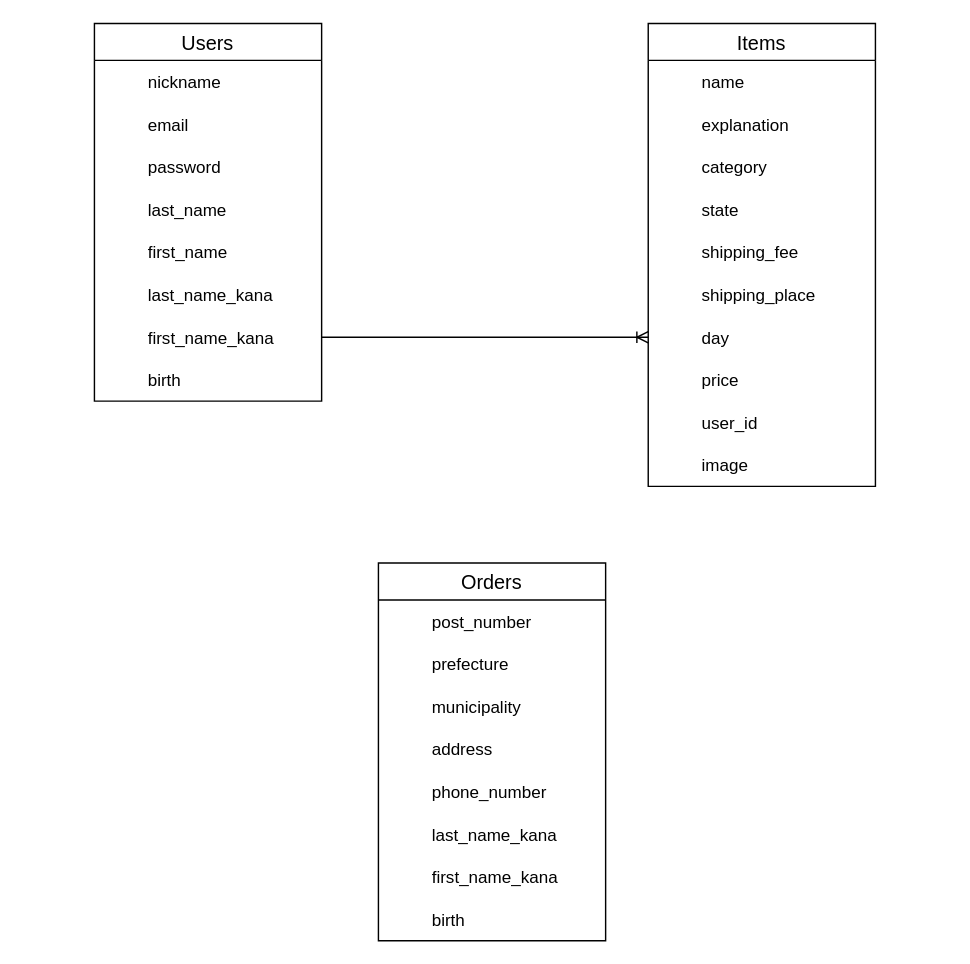
Landy1000/furima-31941 keeps this draw.io diagram as furima.dio. Above is the earlier version. Source tidied: cells renumbered, new cells numbered last; positions are measured from the earlier drawing's top-left corner, leaving out a move shared by most shapes. Both pictures are drawn from the tidied source at 142%, with x=0, y=0 at pixel (94, 23).
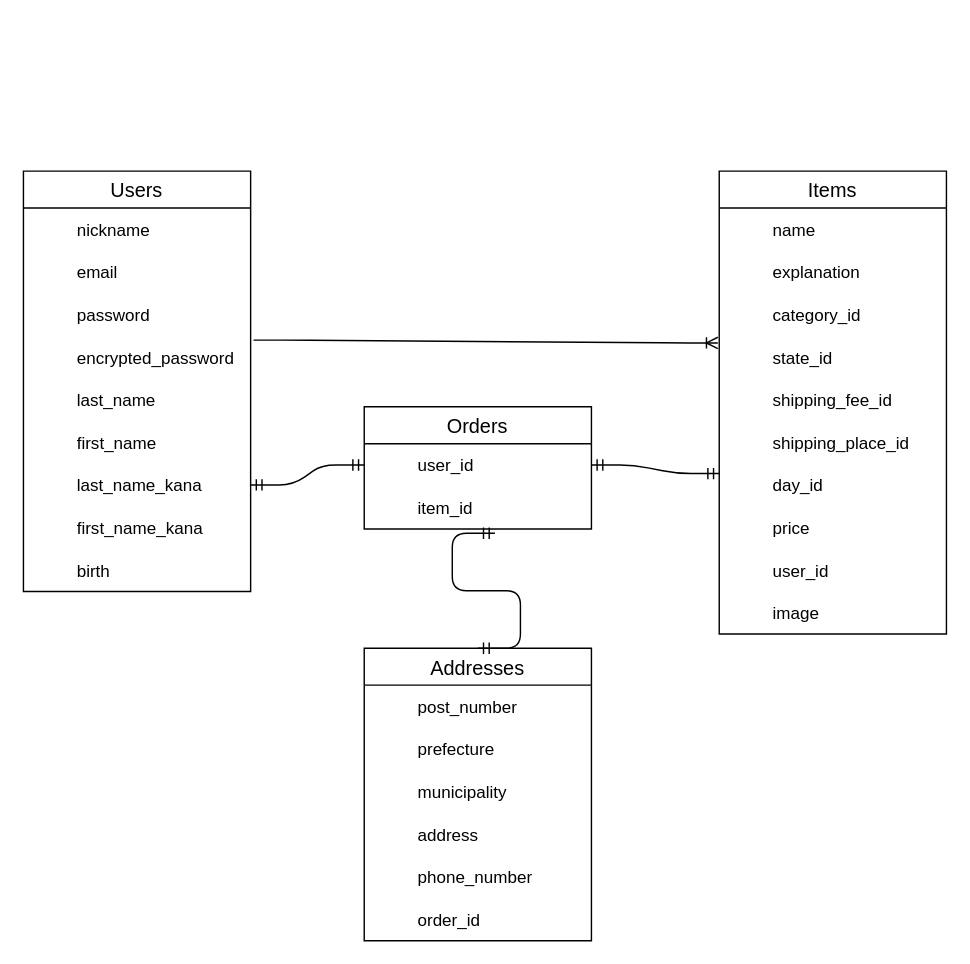
The same diagram, later.

Commit message (it also covers changes not shown here):
データベース設計　修正

Unchanged cells that the change refers to:
```xml
<mxCell id="24" style="shape=partialRectangle;fillColor=none;top=0;left=0;bottom=0;right=0;points=[[0,0.5],[1,0.5]];portConstraint=eastwest;" parent="23" vertex="1">
  <mxGeometry width="160" height="30" as="geometry" />
</mxCell>
<mxCell id="28" style="shape=partialRectangle;fillColor=none;top=0;left=0;bottom=0;right=0;points=[[0,0.5],[1,0.5]];portConstraint=eastwest;" parent="27" vertex="1">
  <mxGeometry width="160" height="30" as="geometry" />
</mxCell>
<mxCell id="44" style="shape=partialRectangle;fillColor=none;top=0;left=0;bottom=0;right=0;" parent="43" vertex="1">
  <mxGeometry width="160" height="30" as="geometry" />
</mxCell>
<mxCell id="48" style="shape=partialRectangle;fillColor=none;top=0;left=0;bottom=0;right=0;" parent="47" vertex="1">
  <mxGeometry width="160" height="30" as="geometry" />
</mxCell>
<mxCell id="52" style="shape=partialRectangle;fillColor=none;top=0;left=0;bottom=0;right=0;" parent="51" vertex="1">
  <mxGeometry width="160" height="30" as="geometry" />
</mxCell>
<mxCell id="56" style="shape=partialRectangle;fillColor=none;top=0;left=0;bottom=0;right=0;" parent="55" vertex="1">
  <mxGeometry width="160" height="30" as="geometry" />
</mxCell>
<mxCell id="60" style="shape=partialRectangle;fillColor=none;top=0;left=0;bottom=0;right=0;points=[[0,0.5],[1,0.5]];portConstraint=eastwest;" parent="59" vertex="1">
  <mxGeometry width="160" height="30" as="geometry" />
</mxCell>
<mxCell id="97" style="shape=partialRectangle;fillColor=none;top=0;left=0;bottom=0;right=0;points=[[0,0.5],[1,0.5]];portConstraint=eastwest;" parent="96" vertex="1">
  <mxGeometry width="160" height="30" as="geometry" />
</mxCell>
<mxCell id="101" style="shape=partialRectangle;fillColor=none;top=0;left=0;bottom=0;right=0;" parent="100" vertex="1">
  <mxGeometry width="160" height="30" as="geometry" />
</mxCell>
```

Change to the diagram source:
```diff
@@
     <mxCell id="2" value="Users" style="swimlane;fontStyle=0;horizontal=1;startSize=26;align=center;fontSize=14;rounded=0;sketch=0;" parent="1" vertex="1">
-      <mxGeometry width="160" height="266" as="geometry" />
+      <mxGeometry x="-50" y="104" width="160" height="296" as="geometry" />
     </mxCell>
@@
     <mxCell id="11" style="shape=table;startSize=0;childLayout=tableLayout;rowLines=0;fontStyle=0;align=center;strokeColor=none;fillColor=none;rounded=0;sketch=0;" parent="2" vertex="1">
-      <mxGeometry y="86" width="160" height="30" as="geometry" />
+      <mxGeometry y="86" width="160" height="60" as="geometry" />
     </mxCell>
@@
+    <mxCell id="107" style="shape=partialRectangle;fillColor=none;top=0;left=0;bottom=0;right=0;points=[[0,0.5],[1,0.5]];portConstraint=eastwest;" parent="11" vertex="1">
+      <mxGeometry y="30" width="160" height="30" as="geometry" />
+    </mxCell>
+    <mxCell id="108" style="shape=partialRectangle;fillColor=none;top=0;left=0;bottom=0;right=0;overflow=hidden;" parent="107" vertex="1">
+      <mxGeometry width="30" height="30" as="geometry" />
+    </mxCell>
+    <mxCell id="109" value="encrypted_password" style="shape=partialRectangle;fillColor=none;top=0;left=0;bottom=0;right=0;align=left;spacingLeft=6;overflow=hidden;" parent="107" vertex="1">
+      <mxGeometry x="30" width="130" height="30" as="geometry" />
+    </mxCell>
     <mxCell id="15" style="shape=table;startSize=0;childLayout=tableLayout;rowLines=0;fontStyle=0;align=center;strokeColor=none;fillColor=none;rounded=0;sketch=0;" parent="2" vertex="1">
-      <mxGeometry y="116" width="160" height="30" as="geometry" />
+      <mxGeometry y="146" width="160" height="30" as="geometry" />
     </mxCell>
@@
     <mxCell id="19" style="shape=table;startSize=0;childLayout=tableLayout;rowLines=0;fontStyle=0;align=center;strokeColor=none;fillColor=none;rounded=0;sketch=0;" parent="2" vertex="1">
-      <mxGeometry y="146" width="160" height="30" as="geometry" />
+      <mxGeometry y="176" width="160" height="30" as="geometry" />
     </mxCell>
@@
     <mxCell id="23" style="shape=table;startSize=0;childLayout=tableLayout;rowLines=0;fontStyle=0;align=center;strokeColor=none;fillColor=none;rounded=0;sketch=0;" parent="2" vertex="1">
-      <mxGeometry y="176" width="160" height="30" as="geometry" />
+      <mxGeometry y="206" width="160" height="30" as="geometry" />
     </mxCell>
@@
     <mxCell id="27" style="shape=table;startSize=0;childLayout=tableLayout;rowLines=0;fontStyle=0;align=center;strokeColor=none;fillColor=none;rounded=0;sketch=0;" parent="2" vertex="1">
-      <mxGeometry y="206" width="160" height="60" as="geometry" />
+      <mxGeometry y="236" width="160" height="60" as="geometry" />
     </mxCell>
@@
     <mxCell id="34" value="Items" style="swimlane;fontStyle=0;horizontal=1;startSize=26;align=center;fontSize=14;rounded=0;sketch=0;" parent="1" vertex="1">
-      <mxGeometry x="390" width="160" height="326" as="geometry" />
+      <mxGeometry x="440" y="104" width="160" height="326" as="geometry" />
     </mxCell>
@@
-    <mxCell id="46" value="category" style="shape=partialRectangle;fillColor=none;top=0;left=0;bottom=0;right=0;align=left;spacingLeft=6;overflow=hidden;" parent="44" vertex="1">
+    <mxCell id="46" value="category_id" style="shape=partialRectangle;fillColor=none;top=0;left=0;bottom=0;right=0;align=left;spacingLeft=6;overflow=hidden;" parent="44" vertex="1">
       <mxGeometry x="30" width="130" height="30" as="geometry" />
     </mxCell>
@@
-    <mxCell id="50" value="state" style="shape=partialRectangle;fillColor=none;top=0;left=0;bottom=0;right=0;align=left;spacingLeft=6;overflow=hidden;" parent="48" vertex="1">
+    <mxCell id="50" value="state_id" style="shape=partialRectangle;fillColor=none;top=0;left=0;bottom=0;right=0;align=left;spacingLeft=6;overflow=hidden;" parent="48" vertex="1">
       <mxGeometry x="30" width="130" height="30" as="geometry" />
     </mxCell>
@@
-    <mxCell id="54" value="shipping_fee" style="shape=partialRectangle;fillColor=none;top=0;left=0;bottom=0;right=0;align=left;spacingLeft=6;overflow=hidden;" parent="52" vertex="1">
+    <mxCell id="54" value="shipping_fee_id" style="shape=partialRectangle;fillColor=none;top=0;left=0;bottom=0;right=0;align=left;spacingLeft=6;overflow=hidden;" parent="52" vertex="1">
       <mxGeometry x="30" width="130" height="30" as="geometry" />
     </mxCell>
@@
-    <mxCell id="58" value="shipping_place" style="shape=partialRectangle;fillColor=none;top=0;left=0;bottom=0;right=0;align=left;spacingLeft=6;overflow=hidden;" parent="56" vertex="1">
+    <mxCell id="58" value="shipping_place_id" style="shape=partialRectangle;fillColor=none;top=0;left=0;bottom=0;right=0;align=left;spacingLeft=6;overflow=hidden;" parent="56" vertex="1">
       <mxGeometry x="30" width="130" height="30" as="geometry" />
     </mxCell>
@@
-    <mxCell id="62" value="day" style="shape=partialRectangle;fillColor=none;top=0;left=0;bottom=0;right=0;align=left;spacingLeft=6;overflow=hidden;" parent="60" vertex="1">
+    <mxCell id="62" value="day_id" style="shape=partialRectangle;fillColor=none;top=0;left=0;bottom=0;right=0;align=left;spacingLeft=6;overflow=hidden;" parent="60" vertex="1">
       <mxGeometry x="30" width="130" height="30" as="geometry" />
     </mxCell>
@@
-    <mxCell id="74" style="edgeStyle=entityRelationEdgeStyle;fontSize=12;html=1;endArrow=ERoneToMany;exitX=1;exitY=0.5;exitDx=0;exitDy=0;entryX=0;entryY=0.5;entryDx=0;entryDy=0;" parent="1" edge="1" source="28" target="60">
-      <mxGeometry relative="1" as="geometry" />
+    <mxCell id="74" style="edgeStyle=entityRelationEdgeStyle;fontSize=12;html=1;endArrow=ERoneToMany;exitX=1.013;exitY=0.1;exitDx=0;exitDy=0;exitPerimeter=0;" parent="1" edge="1" source="107">
+      <mxGeometry relative="1" as="geometry">
+        <mxPoint x="439" y="225" as="targetPoint" />
+      </mxGeometry>
     </mxCell>
     <mxCell id="75" value="Orders" style="swimlane;fontStyle=0;horizontal=1;startSize=26;align=center;fontSize=14;rounded=0;sketch=0;" parent="1" vertex="1">
-      <mxGeometry x="200" y="380" width="160" height="266" as="geometry" />
+      <mxGeometry x="190" y="270" width="160" height="86" as="geometry" />
     </mxCell>
-    <mxCell id="76" style="shape=table;startSize=0;childLayout=tableLayout;rowLines=0;fontStyle=0;align=center;strokeColor=none;fillColor=none;rounded=0;sketch=0;" parent="75" vertex="1">
-      <mxGeometry y="26" width="160" height="30" as="geometry" />
-    </mxCell>
-    <mxCell id="77" style="shape=partialRectangle;fillColor=none;top=0;left=0;bottom=0;right=0;" parent="76" vertex="1">
-      <mxGeometry width="160" height="30" as="geometry" />
-    </mxCell>
-    <mxCell id="78" style="shape=partialRectangle;fillColor=none;top=0;left=0;bottom=0;right=0;overflow=hidden;" parent="77" vertex="1">
-      <mxGeometry width="30" height="30" as="geometry" />
-    </mxCell>
-    <mxCell id="79" value="post_number" style="shape=partialRectangle;fillColor=none;top=0;left=0;bottom=0;right=0;align=left;spacingLeft=6;overflow=hidden;" parent="77" vertex="1">
-      <mxGeometry x="30" width="130" height="30" as="geometry" />
-    </mxCell>
-    <mxCell id="80" style="shape=table;startSize=0;childLayout=tableLayout;rowLines=0;fontStyle=0;align=center;strokeColor=none;fillColor=none;rounded=0;sketch=0;" parent="75" vertex="1">
-      <mxGeometry y="56" width="160" height="30" as="geometry" />
-    </mxCell>
-    <mxCell id="81" style="shape=partialRectangle;fillColor=none;top=0;left=0;bottom=0;right=0;" parent="80" vertex="1">
-      <mxGeometry width="160" height="30" as="geometry" />
-    </mxCell>
-    <mxCell id="82" style="shape=partialRectangle;fillColor=none;top=0;left=0;bottom=0;right=0;overflow=hidden;" parent="81" vertex="1">
-      <mxGeometry width="30" height="30" as="geometry" />
-    </mxCell>
-    <mxCell id="83" value="prefecture" style="shape=partialRectangle;fillColor=none;top=0;left=0;bottom=0;right=0;align=left;spacingLeft=6;overflow=hidden;" parent="81" vertex="1">
-      <mxGeometry x="30" width="130" height="30" as="geometry" />
-    </mxCell>
-    <mxCell id="84" style="shape=table;startSize=0;childLayout=tableLayout;rowLines=0;fontStyle=0;align=center;strokeColor=none;fillColor=none;rounded=0;sketch=0;" parent="75" vertex="1">
-      <mxGeometry y="86" width="160" height="30" as="geometry" />
-    </mxCell>
-    <mxCell id="85" style="shape=partialRectangle;fillColor=none;top=0;left=0;bottom=0;right=0;" parent="84" vertex="1">
-      <mxGeometry width="160" height="30" as="geometry" />
-    </mxCell>
-    <mxCell id="86" style="shape=partialRectangle;fillColor=none;top=0;left=0;bottom=0;right=0;overflow=hidden;" parent="85" vertex="1">
-      <mxGeometry width="30" height="30" as="geometry" />
-    </mxCell>
-    <mxCell id="87" value="municipality" style="shape=partialRectangle;fillColor=none;top=0;left=0;bottom=0;right=0;align=left;spacingLeft=6;overflow=hidden;" parent="85" vertex="1">
-      <mxGeometry x="30" width="130" height="30" as="geometry" />
-    </mxCell>
-    <mxCell id="88" style="shape=table;startSize=0;childLayout=tableLayout;rowLines=0;fontStyle=0;align=center;strokeColor=none;fillColor=none;rounded=0;sketch=0;" parent="75" vertex="1">
-      <mxGeometry y="116" width="160" height="30" as="geometry" />
-    </mxCell>
-    <mxCell id="89" style="shape=partialRectangle;fillColor=none;top=0;left=0;bottom=0;right=0;" parent="88" vertex="1">
-      <mxGeometry width="160" height="30" as="geometry" />
-    </mxCell>
-    <mxCell id="90" style="shape=partialRectangle;fillColor=none;top=0;left=0;bottom=0;right=0;overflow=hidden;" parent="89" vertex="1">
-      <mxGeometry width="30" height="30" as="geometry" />
-    </mxCell>
-    <mxCell id="91" value="address" style="shape=partialRectangle;fillColor=none;top=0;left=0;bottom=0;right=0;align=left;spacingLeft=6;overflow=hidden;" parent="89" vertex="1">
-      <mxGeometry x="30" width="130" height="30" as="geometry" />
-    </mxCell>
-    <mxCell id="92" style="shape=table;startSize=0;childLayout=tableLayout;rowLines=0;fontStyle=0;align=center;strokeColor=none;fillColor=none;rounded=0;sketch=0;" parent="75" vertex="1">
-      <mxGeometry y="146" width="160" height="30" as="geometry" />
-    </mxCell>
-    <mxCell id="93" style="shape=partialRectangle;fillColor=none;top=0;left=0;bottom=0;right=0;" parent="92" vertex="1">
-      <mxGeometry width="160" height="30" as="geometry" />
-    </mxCell>
-    <mxCell id="94" style="shape=partialRectangle;fillColor=none;top=0;left=0;bottom=0;right=0;overflow=hidden;" parent="93" vertex="1">
-      <mxGeometry width="30" height="30" as="geometry" />
-    </mxCell>
-    <mxCell id="95" value="phone_number" style="shape=partialRectangle;fillColor=none;top=0;left=0;bottom=0;right=0;align=left;spacingLeft=6;overflow=hidden;" parent="93" vertex="1">
-      <mxGeometry x="30" width="130" height="30" as="geometry" />
-    </mxCell>
     <mxCell id="96" style="shape=table;startSize=0;childLayout=tableLayout;rowLines=0;fontStyle=0;align=center;strokeColor=none;fillColor=none;rounded=0;sketch=0;" parent="75" vertex="1">
-      <mxGeometry y="176" width="160" height="30" as="geometry" />
+      <mxGeometry y="26" width="160" height="30" as="geometry" />
     </mxCell>
@@
-    <mxCell id="99" value="last_name_kana" style="shape=partialRectangle;fillColor=none;top=0;left=0;bottom=0;right=0;align=left;spacingLeft=6;overflow=hidden;" parent="97" vertex="1">
+    <mxCell id="99" value="user_id" style="shape=partialRectangle;fillColor=none;top=0;left=0;bottom=0;right=0;align=left;spacingLeft=6;overflow=hidden;" parent="97" vertex="1">
       <mxGeometry x="30" width="130" height="30" as="geometry" />
     </mxCell>
     <mxCell id="100" style="shape=table;startSize=0;childLayout=tableLayout;rowLines=0;fontStyle=0;align=center;strokeColor=none;fillColor=none;rounded=0;sketch=0;" parent="75" vertex="1">
-      <mxGeometry y="206" width="160" height="60" as="geometry" />
+      <mxGeometry y="56" width="160" height="30" as="geometry" />
     </mxCell>
@@
-    <mxCell id="103" value="first_name_kana" style="shape=partialRectangle;fillColor=none;top=0;left=0;bottom=0;right=0;align=left;spacingLeft=6;overflow=hidden;" parent="101" vertex="1">
+    <mxCell id="103" value="item_id" style="shape=partialRectangle;fillColor=none;top=0;left=0;bottom=0;right=0;align=left;spacingLeft=6;overflow=hidden;" parent="101" vertex="1">
       <mxGeometry x="30" width="130" height="30" as="geometry" />
     </mxCell>
-    <mxCell id="104" style="shape=partialRectangle;fillColor=none;top=0;left=0;bottom=0;right=0;" parent="100" vertex="1">
-      <mxGeometry y="30" width="160" height="30" as="geometry" />
-    </mxCell>
-    <mxCell id="105" style="shape=partialRectangle;fillColor=none;top=0;left=0;bottom=0;right=0;overflow=hidden;" parent="104" vertex="1">
-      <mxGeometry width="30" height="30" as="geometry" />
-    </mxCell>
-    <mxCell id="106" value="birth" style="shape=partialRectangle;fillColor=none;top=0;left=0;bottom=0;right=0;align=left;spacingLeft=6;overflow=hidden;" parent="104" vertex="1">
-      <mxGeometry x="30" width="130" height="30" as="geometry" />
-    </mxCell>
+    <mxCell id="110" style="edgeStyle=entityRelationEdgeStyle;fontSize=12;html=1;endArrow=ERmandOne;startArrow=ERmandOne;exitX=1;exitY=0.5;exitDx=0;exitDy=0;entryX=0;entryY=0.5;entryDx=0;entryDy=0;" parent="1" edge="1" source="24" target="97">
+      <mxGeometry relative="1" as="geometry" />
+    </mxCell>
+    <mxCell id="111" style="edgeStyle=entityRelationEdgeStyle;fontSize=12;html=1;endArrow=ERmandOne;startArrow=ERmandOne;entryX=0;entryY=0.233;entryDx=0;entryDy=0;entryPerimeter=0;exitX=1;exitY=0.5;exitDx=0;exitDy=0;" parent="1" edge="1" source="97" target="60">
+      <mxGeometry relative="1" as="geometry" />
+    </mxCell>
+    <mxCell id="112" value="Addresses" style="swimlane;fontStyle=0;horizontal=1;startSize=26;align=center;fontSize=14;rounded=0;sketch=0;" parent="1" vertex="1">
+      <mxGeometry x="190" y="440" width="160" height="206" as="geometry" />
+    </mxCell>
+    <mxCell id="76" style="shape=table;startSize=0;childLayout=tableLayout;rowLines=0;fontStyle=0;align=center;strokeColor=none;fillColor=none;rounded=0;sketch=0;" parent="112" vertex="1">
+      <mxGeometry y="26" width="160" height="30" as="geometry" />
+    </mxCell>
+    <mxCell id="113" style="shape=partialRectangle;fillColor=none;top=0;left=0;bottom=0;right=0;" parent="76" vertex="1">
+      <mxGeometry width="160" height="30" as="geometry" />
+    </mxCell>
+    <mxCell id="114" style="shape=partialRectangle;fillColor=none;top=0;left=0;bottom=0;right=0;overflow=hidden;" parent="113" vertex="1">
+      <mxGeometry width="30" height="30" as="geometry" />
+    </mxCell>
+    <mxCell id="79" value="post_number" style="shape=partialRectangle;fillColor=none;top=0;left=0;bottom=0;right=0;align=left;spacingLeft=6;overflow=hidden;" parent="113" vertex="1">
+      <mxGeometry x="30" width="130" height="30" as="geometry" />
+    </mxCell>
+    <mxCell id="80" style="shape=table;startSize=0;childLayout=tableLayout;rowLines=0;fontStyle=0;align=center;strokeColor=none;fillColor=none;rounded=0;sketch=0;" parent="112" vertex="1">
+      <mxGeometry y="56" width="160" height="30" as="geometry" />
+    </mxCell>
+    <mxCell id="115" style="shape=partialRectangle;fillColor=none;top=0;left=0;bottom=0;right=0;" parent="80" vertex="1">
+      <mxGeometry width="160" height="30" as="geometry" />
+    </mxCell>
+    <mxCell id="116" style="shape=partialRectangle;fillColor=none;top=0;left=0;bottom=0;right=0;overflow=hidden;" parent="115" vertex="1">
+      <mxGeometry width="30" height="30" as="geometry" />
+    </mxCell>
+    <mxCell id="83" value="prefecture" style="shape=partialRectangle;fillColor=none;top=0;left=0;bottom=0;right=0;align=left;spacingLeft=6;overflow=hidden;" parent="115" vertex="1">
+      <mxGeometry x="30" width="130" height="30" as="geometry" />
+    </mxCell>
+    <mxCell id="84" style="shape=table;startSize=0;childLayout=tableLayout;rowLines=0;fontStyle=0;align=center;strokeColor=none;fillColor=none;rounded=0;sketch=0;" parent="112" vertex="1">
+      <mxGeometry y="86" width="160" height="30" as="geometry" />
+    </mxCell>
+    <mxCell id="117" style="shape=partialRectangle;fillColor=none;top=0;left=0;bottom=0;right=0;" parent="84" vertex="1">
+      <mxGeometry width="160" height="30" as="geometry" />
+    </mxCell>
+    <mxCell id="118" style="shape=partialRectangle;fillColor=none;top=0;left=0;bottom=0;right=0;overflow=hidden;" parent="117" vertex="1">
+      <mxGeometry width="30" height="30" as="geometry" />
+    </mxCell>
+    <mxCell id="87" value="municipality" style="shape=partialRectangle;fillColor=none;top=0;left=0;bottom=0;right=0;align=left;spacingLeft=6;overflow=hidden;" parent="117" vertex="1">
+      <mxGeometry x="30" width="130" height="30" as="geometry" />
+    </mxCell>
+    <mxCell id="88" style="shape=table;startSize=0;childLayout=tableLayout;rowLines=0;fontStyle=0;align=center;strokeColor=none;fillColor=none;rounded=0;sketch=0;" parent="112" vertex="1">
+      <mxGeometry y="116" width="160" height="30" as="geometry" />
+    </mxCell>
+    <mxCell id="119" style="shape=partialRectangle;fillColor=none;top=0;left=0;bottom=0;right=0;" parent="88" vertex="1">
+      <mxGeometry width="160" height="30" as="geometry" />
+    </mxCell>
+    <mxCell id="120" style="shape=partialRectangle;fillColor=none;top=0;left=0;bottom=0;right=0;overflow=hidden;" parent="119" vertex="1">
+      <mxGeometry width="30" height="30" as="geometry" />
+    </mxCell>
+    <mxCell id="91" value="address" style="shape=partialRectangle;fillColor=none;top=0;left=0;bottom=0;right=0;align=left;spacingLeft=6;overflow=hidden;" parent="119" vertex="1">
+      <mxGeometry x="30" width="130" height="30" as="geometry" />
+    </mxCell>
+    <mxCell id="121" style="shape=table;startSize=0;childLayout=tableLayout;rowLines=0;fontStyle=0;align=center;strokeColor=none;fillColor=none;rounded=0;sketch=0;" parent="112" vertex="1">
+      <mxGeometry y="146" width="160" height="60" as="geometry" />
+    </mxCell>
+    <mxCell id="122" style="shape=partialRectangle;fillColor=none;top=0;left=0;bottom=0;right=0;" parent="121" vertex="1">
+      <mxGeometry width="160" height="30" as="geometry" />
+    </mxCell>
+    <mxCell id="123" style="shape=partialRectangle;fillColor=none;top=0;left=0;bottom=0;right=0;overflow=hidden;" parent="122" vertex="1">
+      <mxGeometry width="30" height="30" as="geometry" />
+    </mxCell>
+    <mxCell id="95" value="phone_number" style="shape=partialRectangle;fillColor=none;top=0;left=0;bottom=0;right=0;align=left;spacingLeft=6;overflow=hidden;" parent="122" vertex="1">
+      <mxGeometry x="30" width="130" height="30" as="geometry" />
+    </mxCell>
+    <mxCell id="124" style="shape=partialRectangle;fillColor=none;top=0;left=0;bottom=0;right=0;" parent="121" vertex="1">
+      <mxGeometry y="30" width="160" height="30" as="geometry" />
+    </mxCell>
+    <mxCell id="125" style="shape=partialRectangle;fillColor=none;top=0;left=0;bottom=0;right=0;overflow=hidden;" parent="124" vertex="1">
+      <mxGeometry width="30" height="30" as="geometry" />
+    </mxCell>
+    <mxCell id="126" value="order_id" style="shape=partialRectangle;fillColor=none;top=0;left=0;bottom=0;right=0;align=left;spacingLeft=6;overflow=hidden;" parent="124" vertex="1">
+      <mxGeometry x="30" width="130" height="30" as="geometry" />
+    </mxCell>
+    <mxCell id="127" style="edgeStyle=entityRelationEdgeStyle;fontSize=12;html=1;endArrow=ERmandOne;startArrow=ERmandOne;exitX=0.5;exitY=0;exitDx=0;exitDy=0;" parent="1" edge="1" source="112">
+      <mxGeometry relative="1" as="geometry">
+        <mxPoint x="282" y="359" as="targetPoint" />
+      </mxGeometry>
+    </mxCell>
```
